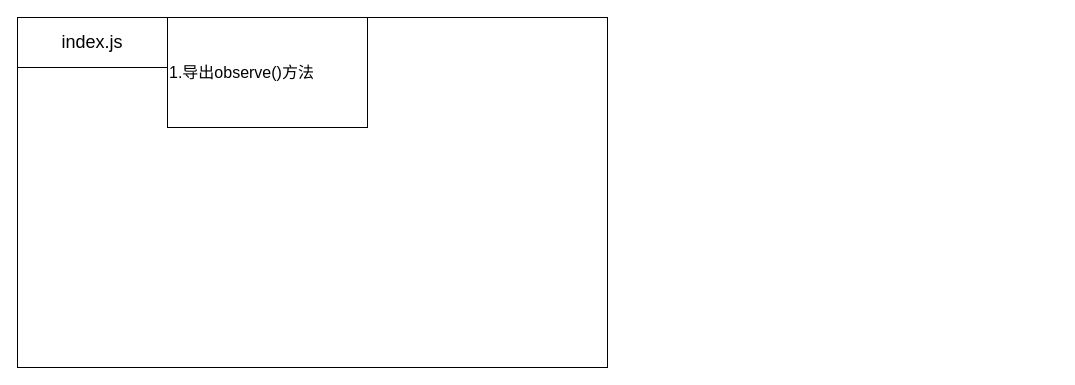
Saiable/drawio keeps this draw.io diagram as page "observe/index.js" (4 of 4) of vue2.drawio. Above is the earlier version. Source tidied: cells renumbered, new cells numbered last; positions are measured from the earlier drawing's top-left corner, leaving out a move shared by most shapes. Both pictures are drawn from the tidied source at 100%, with x=0, y=0 at pixel (17, 17).
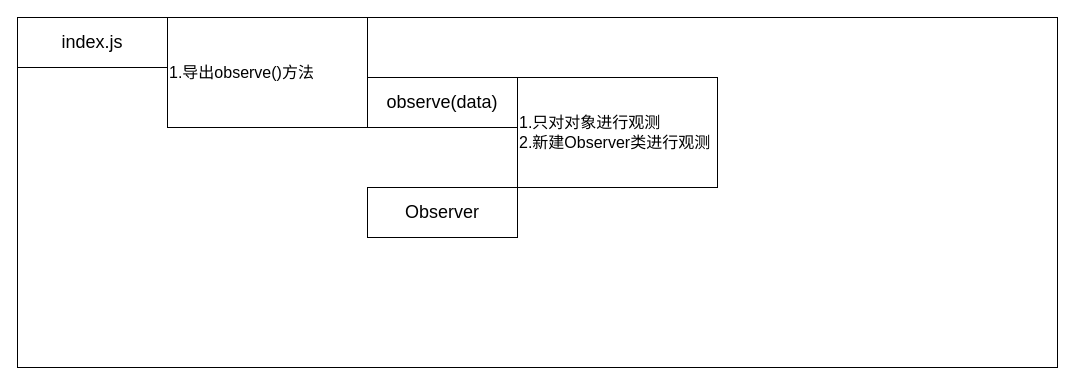
After the change.

Change to the diagram source:
```diff
@@
 <mxGraphModel>
   <root>
     <mxCell id="0" />
     <mxCell id="1" parent="0" />
     <mxCell id="2" style="rounded=0;whiteSpace=wrap;html=1;fontSize=18;" parent="1" vertex="1">
-      <mxGeometry width="590" height="350" as="geometry" />
+      <mxGeometry width="1040" height="350" as="geometry" />
     </mxCell>
     <mxCell id="3" value="&lt;font style=&quot;font-size: 18px;&quot;&gt;index.js&lt;/font&gt;" style="rounded=0;whiteSpace=wrap;html=1;strokeColor=default;fontFamily=Helvetica;fontSize=16;fontColor=default;fillColor=default;align=center;" parent="1" vertex="1">
       <mxGeometry width="150" height="50" as="geometry" />
     </mxCell>
     <mxCell id="4" value="&lt;font style=&quot;border-color: var(--border-color);&quot;&gt;1.导出observe()方法&lt;br&gt;&lt;/font&gt;" style="rounded=0;whiteSpace=wrap;html=1;strokeColor=default;fontFamily=Helvetica;fontSize=16;fontColor=default;fillColor=default;align=left;" parent="1" vertex="1">
       <mxGeometry x="150" width="200" height="110" as="geometry" />
     </mxCell>
+    <mxCell id="5" value="&lt;font style=&quot;font-size: 18px;&quot;&gt;observe(data)&lt;/font&gt;" style="rounded=0;whiteSpace=wrap;html=1;strokeColor=default;fontFamily=Helvetica;fontSize=16;fontColor=default;fillColor=default;align=center;" parent="1" vertex="1">
+      <mxGeometry x="350" y="60" width="150" height="50" as="geometry" />
+    </mxCell>
+    <mxCell id="6" value="&lt;font style=&quot;border-color: var(--border-color);&quot;&gt;1.只对对象进行观测&lt;br&gt;2.新建Observer类进行观测&lt;br&gt;&lt;/font&gt;" style="rounded=0;whiteSpace=wrap;html=1;strokeColor=default;fontFamily=Helvetica;fontSize=16;fontColor=default;fillColor=default;align=left;" parent="1" vertex="1">
+      <mxGeometry x="500" y="60" width="200" height="110" as="geometry" />
+    </mxCell>
+    <mxCell id="7" value="&lt;font style=&quot;font-size: 18px;&quot;&gt;Observer&lt;/font&gt;" style="rounded=0;whiteSpace=wrap;html=1;strokeColor=default;fontFamily=Helvetica;fontSize=16;fontColor=default;fillColor=default;align=center;" parent="1" vertex="1">
+      <mxGeometry x="350" y="170" width="150" height="50" as="geometry" />
+    </mxCell>
   </root>
 </mxGraphModel>
```
